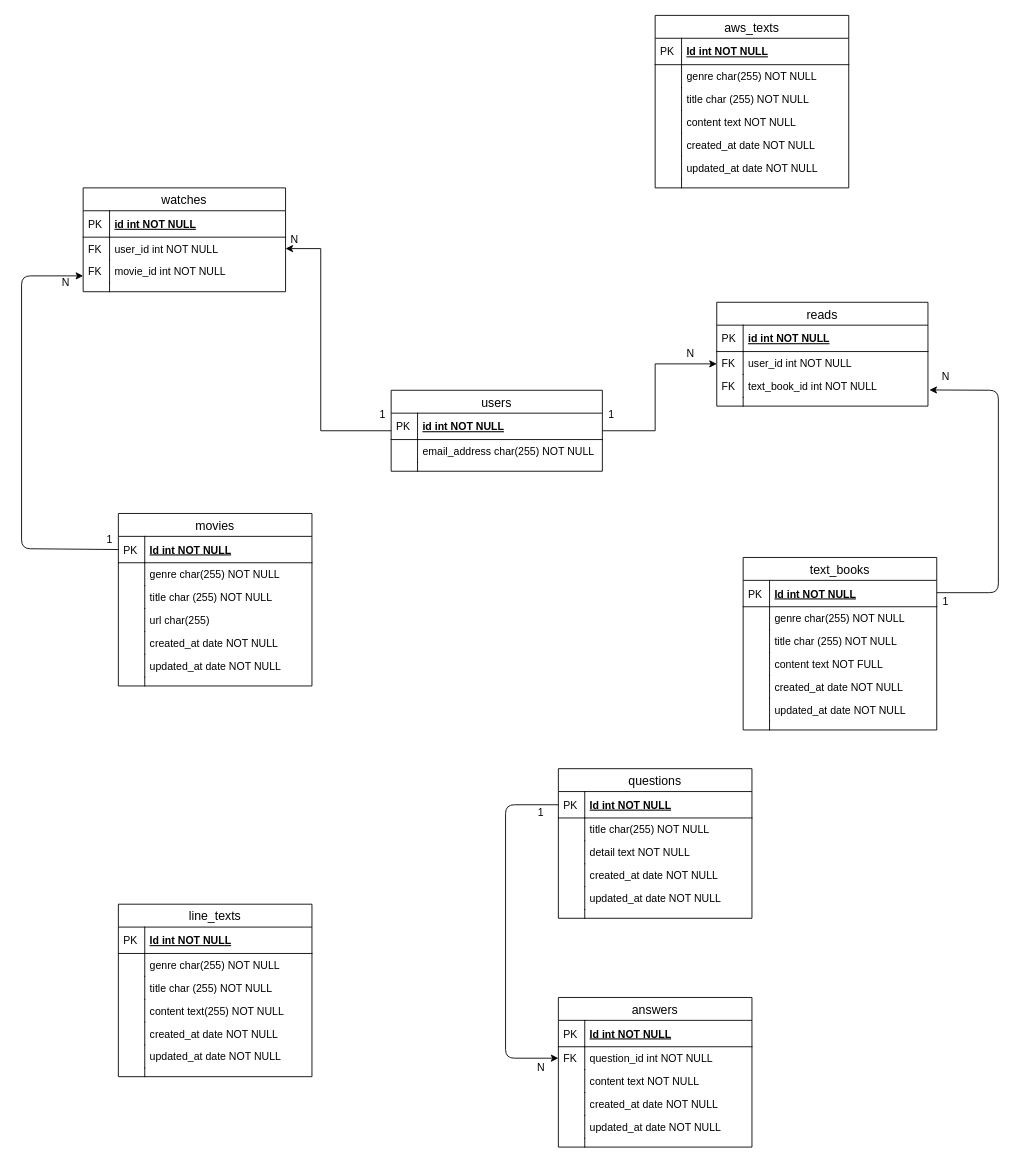
Earlier version of the draw.io diagram gyakuten_clone_app.drawio (T-Tsujii/gyakuten_clone_group29). Source tidied: cells renumbered, new cells numbered last; positions are measured from the earlier drawing's top-left corner, leaving out a move shared by most shapes. Both pictures are drawn from the tidied source at 88%, with x=0, y=0 at pixel (21, 15).
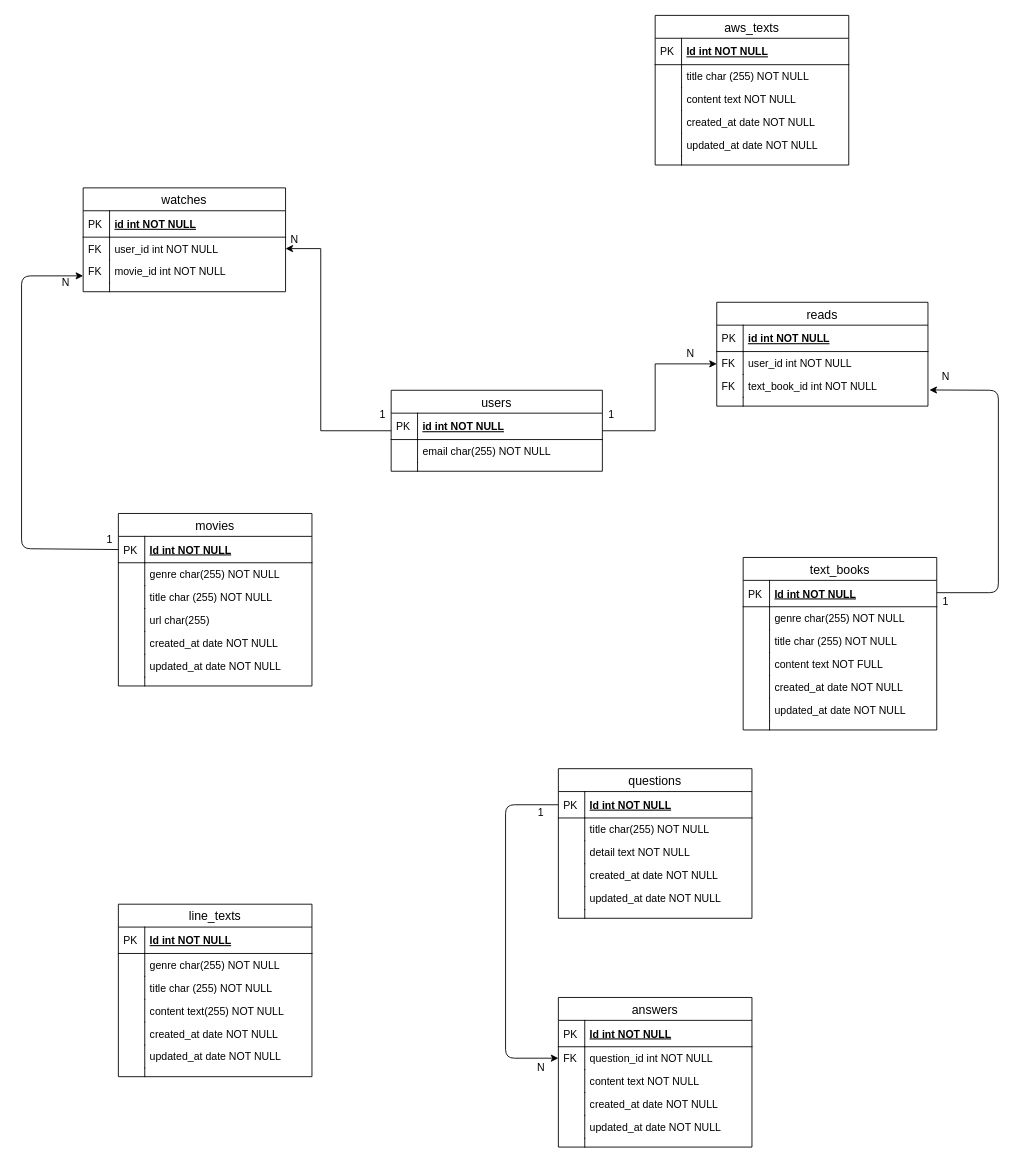
The same page after the edit.

Commit message:
usersテーブルのカラム名修正 aws_textsテーブルの1カラム削除

The change refers to these unchanged cells:
```xml
<mxCell id="121" value="users" style="swimlane;fontStyle=0;horizontal=1;startSize=26;align=center;fontSize=14;" parent="1" vertex="1">
  <mxGeometry x="420" y="426" width="240" height="92" as="geometry" />
</mxCell>
```

What changed in the source:
```diff
@@
     <mxCell id="92" value="aws_texts" style="swimlane;fontStyle=0;horizontal=1;startSize=26;align=center;fontSize=14;" parent="1" vertex="1">
-      <mxGeometry x="720" width="220" height="196" as="geometry" />
+      <mxGeometry x="720" width="220" height="170" as="geometry" />
     </mxCell>
@@
-    <mxCell id="95" value="genre char(255) NOT NULL&#10;" style="shape=partialRectangle;top=0;left=0;right=0;bottom=0;align=left;verticalAlign=top;fillColor=none;spacingLeft=34;spacingRight=4;overflow=hidden;fontSize=12;" parent="92" vertex="1">
-      <mxGeometry y="56" width="220" height="26" as="geometry" />
-    </mxCell>
-    <mxCell id="96" style="shape=partialRectangle;top=0;left=0;bottom=0;fillColor=none;align=left;verticalAlign=top;spacingLeft=4;spacingRight=4;overflow=hidden;fontSize=12;" parent="95" vertex="1">
-      <mxGeometry width="30" height="26" as="geometry" />
-    </mxCell>
     <mxCell id="97" value="title char (255) NOT NULL&#10;" style="shape=partialRectangle;top=0;left=0;right=0;bottom=0;align=left;verticalAlign=top;fillColor=none;spacingLeft=34;spacingRight=4;overflow=hidden;fontSize=12;" parent="92" vertex="1">
-      <mxGeometry y="82" width="220" height="26" as="geometry" />
+      <mxGeometry y="56" width="220" height="26" as="geometry" />
     </mxCell>
@@
     <mxCell id="99" value="content text NOT NULL" style="shape=partialRectangle;top=0;left=0;right=0;bottom=0;align=left;verticalAlign=top;fillColor=none;spacingLeft=34;spacingRight=4;overflow=hidden;fontSize=12;" parent="92" vertex="1">
-      <mxGeometry y="108" width="220" height="26" as="geometry" />
+      <mxGeometry y="82" width="220" height="26" as="geometry" />
     </mxCell>
@@
     <mxCell id="101" value="created_at date NOT NULL" style="shape=partialRectangle;top=0;left=0;right=0;bottom=0;align=left;verticalAlign=top;fillColor=none;spacingLeft=34;spacingRight=4;overflow=hidden;fontSize=12;" parent="92" vertex="1">
-      <mxGeometry y="134" width="220" height="26" as="geometry" />
+      <mxGeometry y="108" width="220" height="26" as="geometry" />
     </mxCell>
@@
     <mxCell id="103" value="updated_at date NOT NULL" style="shape=partialRectangle;top=0;left=0;right=0;bottom=0;align=left;verticalAlign=top;fillColor=none;spacingLeft=34;spacingRight=4;overflow=hidden;fontSize=12;" parent="92" vertex="1">
-      <mxGeometry y="160" width="220" height="26" as="geometry" />
+      <mxGeometry y="134" width="220" height="26" as="geometry" />
     </mxCell>
@@
     <mxCell id="105" style="shape=partialRectangle;top=0;left=0;right=0;bottom=0;align=left;verticalAlign=top;fillColor=none;spacingLeft=34;spacingRight=4;overflow=hidden;fontSize=12;" parent="92" vertex="1">
-      <mxGeometry y="186" width="220" height="10" as="geometry" />
+      <mxGeometry y="160" width="220" height="10" as="geometry" />
     </mxCell>
@@
-    <mxCell id="124" value="email_address char(255) NOT NULL&#10;" style="shape=partialRectangle;top=0;left=0;right=0;bottom=0;align=left;verticalAlign=top;fillColor=none;spacingLeft=34;spacingRight=4;overflow=hidden;fontSize=12;" parent="121" vertex="1">
+    <mxCell id="124" value="email char(255) NOT NULL&#10;" style="shape=partialRectangle;top=0;left=0;right=0;bottom=0;align=left;verticalAlign=top;fillColor=none;spacingLeft=34;spacingRight=4;overflow=hidden;fontSize=12;" parent="121" vertex="1">
       <mxGeometry y="56" width="240" height="26" as="geometry" />
     </mxCell>
```
